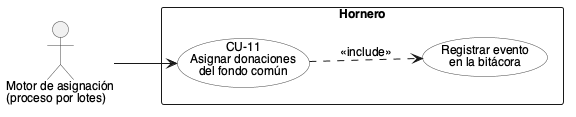
Above: docs/tesis/diagramas/casos-uso/motor-asignacion.png in S21-Projects/hornero_monorepo (PlantUML), before the change. Source of this version:
```plantuml
@startuml
!include _estilo.iuml

actor "Motor de asignación\n(proceso por lotes)" as Motor

rectangle "Hornero" {
  usecase "CU-11\nAsignar donaciones\ndel fondo común" as CU11
  usecase "Registrar evento\nen la bitácora" as Bitacora
}

Motor --> CU11
CU11 ..> Bitacora : <<include>>

@enduml
```
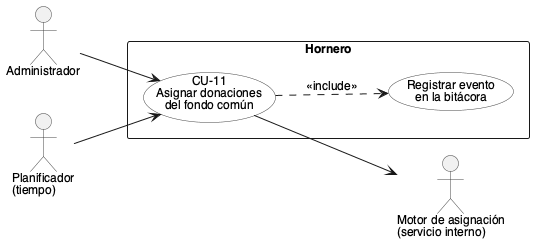
Above is the later version.

Change to the diagram source:
```diff
@@ -1,14 +1,19 @@
 @startuml
 !include _estilo.iuml
 
-actor "Motor de asignación\n(proceso por lotes)" as Motor
+actor "Administrador" as Admin
+actor "Planificador\n(tiempo)" as Planificador
 
 rectangle "Hornero" {
   usecase "CU-11\nAsignar donaciones\ndel fondo común" as CU11
   usecase "Registrar evento\nen la bitácora" as Bitacora
 }
 
-Motor --> CU11
+actor "Motor de asignación\n(servicio interno)" as Motor
+
+Admin --> CU11
+Planificador --> CU11
+CU11 --> Motor
 CU11 ..> Bitacora : <<include>>
 
 @enduml
```
